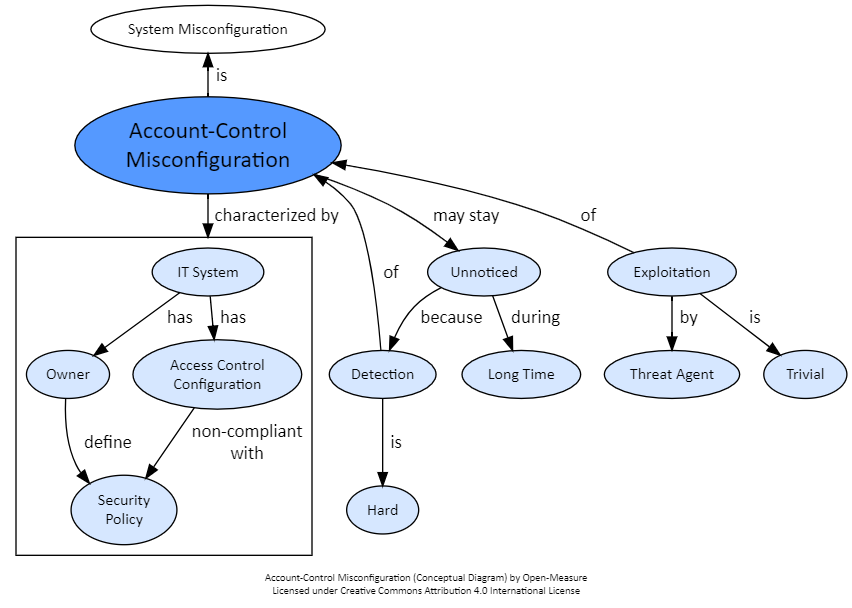
The Graphviz diagram Dictionary/access-control-misconfiguration.png in Open-Measure/Graphviz-Models, before a commit. Its source is kept beside it as Dictionary/access-control-misconfiguration.gv.
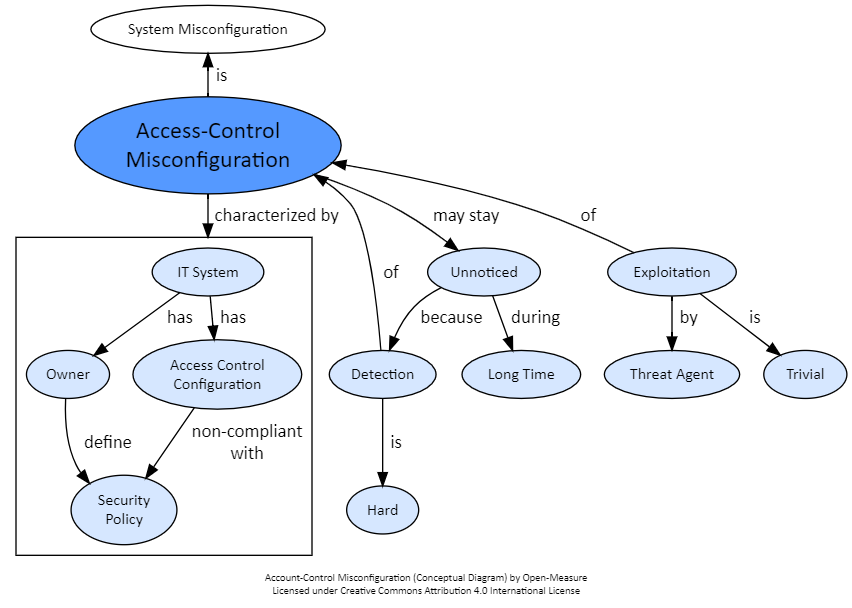
Above is the later version.

Diff of the diagram source:
```diff
@@ -15,7 +15,7 @@
 	n_system_misconfiguration -> n_access_control_misconfiguration [weight=10, label="  is  ", dir="back"];
 
 	# Concept
-	n_access_control_misconfiguration [label="Account-Control\nMisconfiguration", fontsize=18, fillcolor="#5599ff", URL="https://open-measure.atlassian.net/wiki/spaces/DIC/pages/1781104660"];
+	n_access_control_misconfiguration [label="Access-Control\nMisconfiguration", fontsize=18, fillcolor="#5599ff", URL="https://open-measure.atlassian.net/wiki/spaces/DIC/pages/1781104660"];
 	n_access_control_misconfiguration -> n_it_system [weight=10, label="  characterized by  ", lhead="cluster_definition"];
 	# Key Characteristics
 	subgraph cluster_definition {
```
